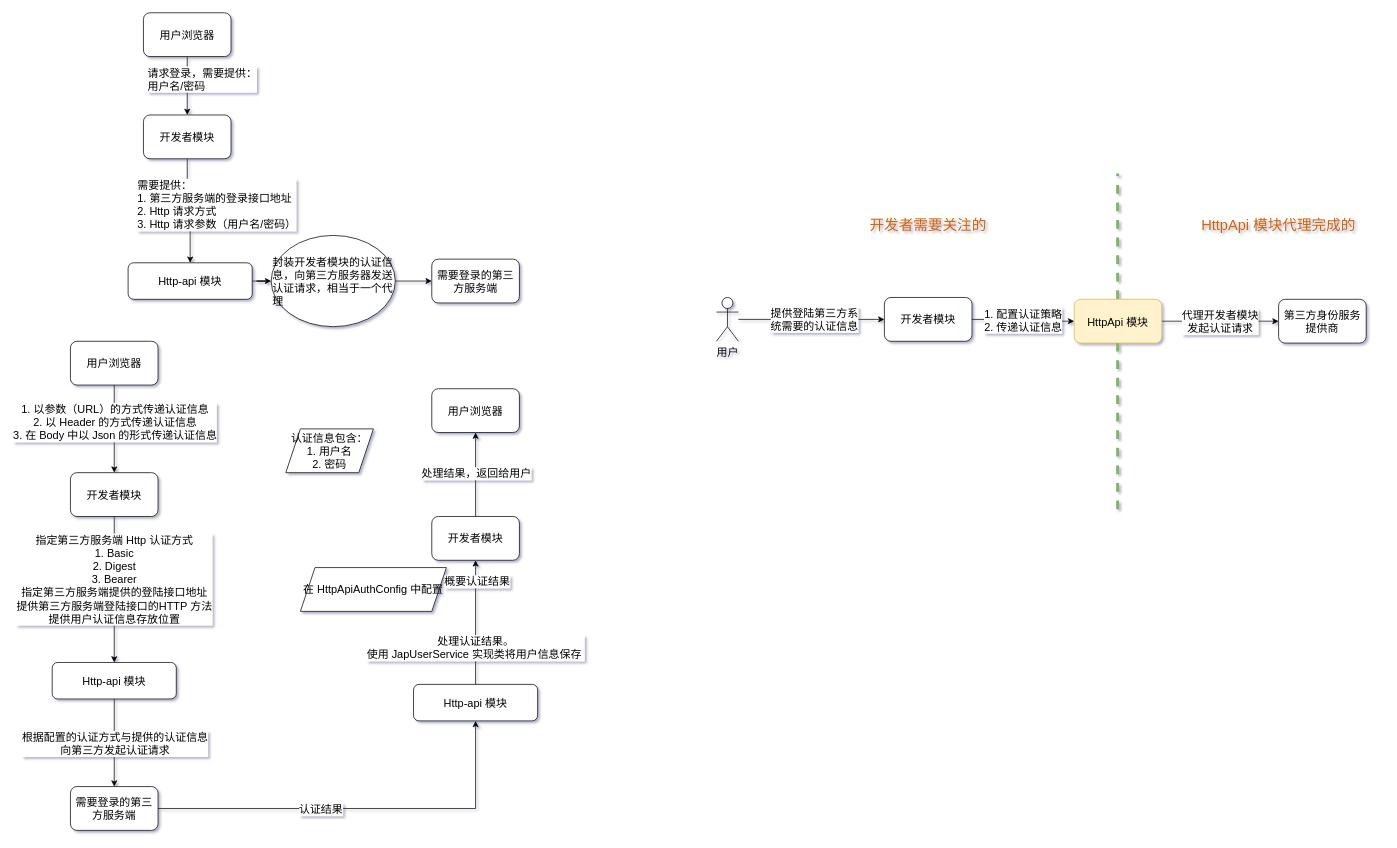
Earlier version of the draw.io diagram http-api-design.drawio (Mvbbb/draw.io-diagrams). Source tidied: cells renumbered, new cells numbered last; positions are measured from the earlier drawing's top-left corner, leaving out a move shared by most shapes. Both pictures are drawn from the tidied source at 73%, with x=0, y=0 at pixel (52, 12).
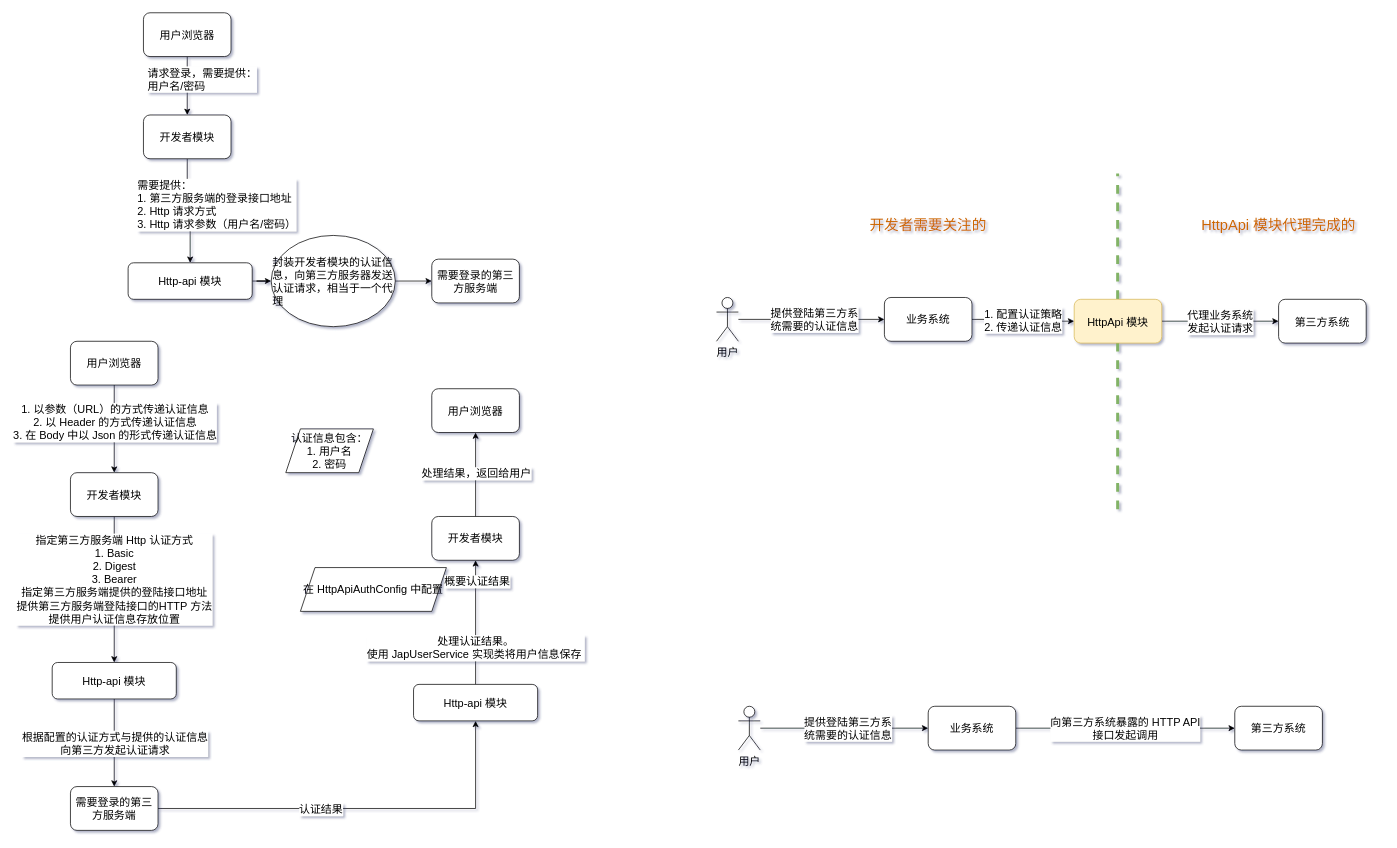
The same diagram, later.

The change refers to these unchanged cells:
```xml
<mxCell id="39" value="HttpApi 模块" style="rounded=1;whiteSpace=wrap;html=1;fontSize=15;fillColor=#fff2cc;strokeColor=#d6b656;" parent="1" vertex="1">
  <mxGeometry x="1400" y="392.5" width="120" height="60" as="geometry" />
</mxCell>
```

The edit, as a diff of the source:
```diff
@@
-    <mxCell id="37" value="开发者模块" style="rounded=1;whiteSpace=wrap;html=1;fontSize=15;" parent="1" vertex="1">
+    <mxCell id="37" value="业务系统" style="rounded=1;whiteSpace=wrap;html=1;fontSize=15;" parent="1" vertex="1">
       <mxGeometry x="1140" y="390" width="120" height="60" as="geometry" />
     </mxCell>
-    <mxCell id="38" value="代理开发者模块&lt;br style=&quot;font-size: 15px;&quot;&gt;发起认证请求" style="edgeStyle=orthogonalEdgeStyle;rounded=0;jettySize=auto;html=1;fontSize=15;" parent="1" edge="1" source="39" target="40">
+    <mxCell id="38" value="代理业务系统&lt;br style=&quot;font-size: 15px&quot;&gt;发起认证请求" style="edgeStyle=orthogonalEdgeStyle;rounded=0;jettySize=auto;html=1;fontSize=15;" parent="1" edge="1" source="39" target="40">
       <mxGeometry relative="1" as="geometry" />
     </mxCell>
@@
-    <mxCell id="40" value="第三方身份服务&lt;br style=&quot;font-size: 15px;&quot;&gt;提供商" style="whiteSpace=wrap;html=1;rounded=1;fontSize=15;" parent="1" vertex="1">
+    <mxCell id="40" value="第三方系统" style="whiteSpace=wrap;html=1;rounded=1;fontSize=15;" parent="1" vertex="1">
       <mxGeometry x="1680" y="392.5" width="120" height="60" as="geometry" />
     </mxCell>
@@
+    <mxCell id="43" value="提供登陆第三方系&lt;br style=&quot;font-size: 15px;&quot;&gt;统需要的认证信息" style="edgeStyle=orthogonalEdgeStyle;rounded=0;jettySize=auto;html=1;entryX=0;entryY=0.5;entryDx=0;entryDy=0;fontSize=15;" parent="1" edge="1" source="44" target="46">
+      <mxGeometry x="0.04" relative="1" as="geometry" />
+    </mxCell>
+    <mxCell id="44" value="用户" style="shape=umlActor;verticalLabelPosition=bottom;verticalAlign=top;html=1;outlineConnect=0;fontSize=15;" parent="1" vertex="1">
+      <mxGeometry x="940" y="950" width="30" height="60" as="geometry" />
+    </mxCell>
+    <mxCell id="45" value="向第三方系统暴露的 HTTP API &lt;br&gt;接口发起调用" style="edgeStyle=orthogonalEdgeStyle;rounded=0;jettySize=auto;html=1;fontSize=15;" parent="1" edge="1" source="46" target="47">
+      <mxGeometry relative="1" as="geometry" />
+    </mxCell>
+    <mxCell id="46" value="业务系统" style="rounded=1;whiteSpace=wrap;html=1;fontSize=15;" parent="1" vertex="1">
+      <mxGeometry x="1200" y="950" width="120" height="60" as="geometry" />
+    </mxCell>
+    <mxCell id="47" value="第三方系统" style="whiteSpace=wrap;html=1;rounded=1;fontSize=15;" parent="1" vertex="1">
+      <mxGeometry x="1620" y="950" width="120" height="60" as="geometry" />
+    </mxCell>
```
